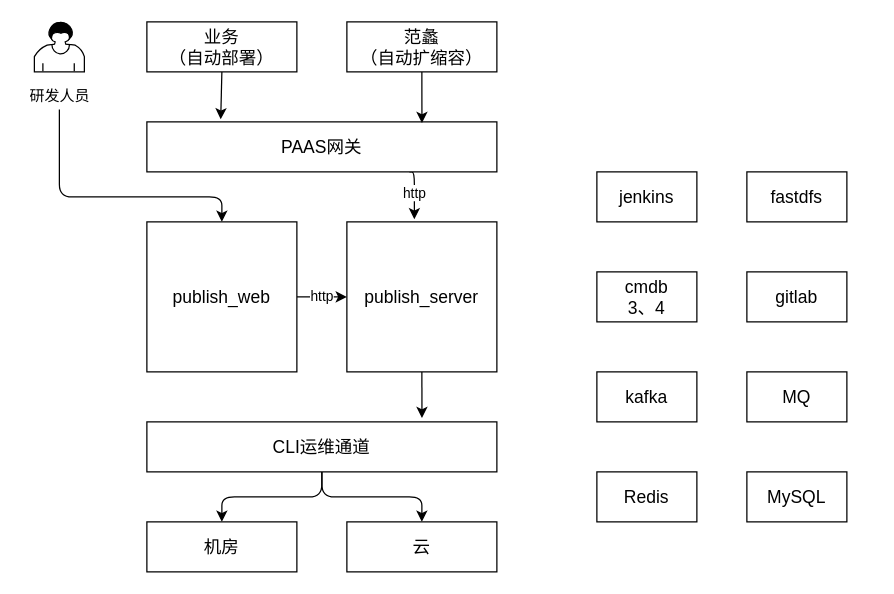
Earlier version of the draw.io diagram docs/Untitled Diagram.drawio (duSophia/config_center). Source tidied: cells renumbered, new cells numbered last; positions are measured from the earlier drawing's top-left corner, leaving out a move shared by most shapes. Both pictures are drawn from the tidied source at 125%, with x=0, y=0 at pixel (21, 21).
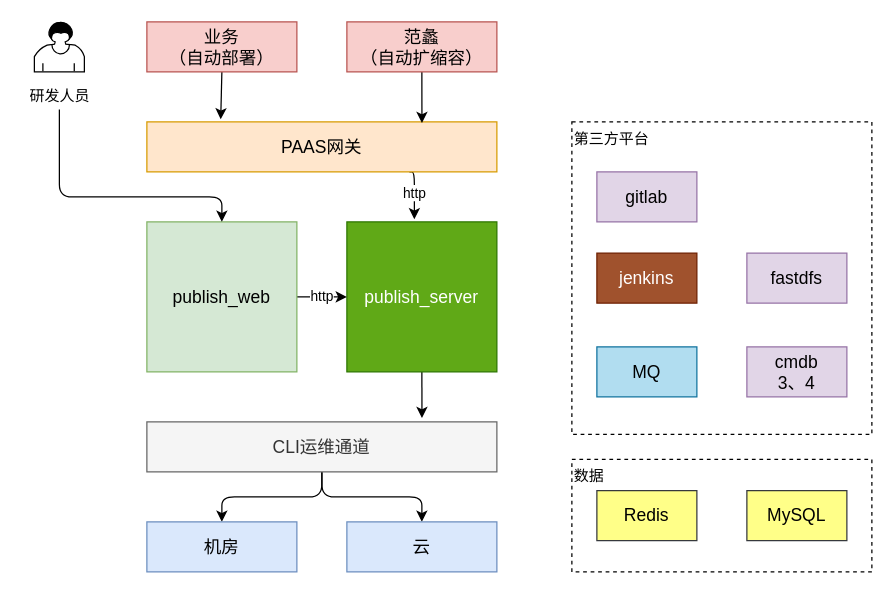
The same page after the edit.

Commit message:
publish-increment

What changed in the source:
```diff
@@
+    <mxCell id="28" value="第三方平台" style="rounded=0;whiteSpace=wrap;html=1;sketch=0;dashed=1;align=left;horizontal=1;verticalAlign=top;" parent="1" vertex="1">
+      <mxGeometry x="440" y="80" width="240" height="250" as="geometry" />
+    </mxCell>
+    <mxCell id="29" value="数据" style="rounded=0;whiteSpace=wrap;html=1;sketch=0;dashed=1;align=left;horizontal=1;verticalAlign=top;" parent="1" vertex="1">
+      <mxGeometry x="440" y="350" width="240" height="90" as="geometry" />
+    </mxCell>
@@
-    <mxCell id="3" value="PAAS网关" style="rounded=0;whiteSpace=wrap;html=1;fontSize=14;" parent="1" vertex="1">
+    <mxCell id="3" value="PAAS网关" style="rounded=0;whiteSpace=wrap;html=1;fontSize=14;fillColor=#ffe6cc;strokeColor=#d79b00;" parent="1" vertex="1">
       <mxGeometry x="100" y="80" width="280" height="40" as="geometry" />
     </mxCell>
@@
-    <mxCell id="5" value="publish_server" style="rounded=0;whiteSpace=wrap;html=1;sketch=0;fontSize=14;" parent="1" vertex="1">
+    <mxCell id="5" value="publish_server" style="rounded=0;whiteSpace=wrap;html=1;sketch=0;fontSize=14;fillColor=#60a917;strokeColor=#2D7600;fontColor=#ffffff;" parent="1" vertex="1">
       <mxGeometry x="260" y="160" width="120" height="120" as="geometry" />
     </mxCell>
@@
-    <mxCell id="7" value="业务&lt;br&gt;（自动部署）" style="rounded=0;whiteSpace=wrap;html=1;sketch=0;fontSize=14;" parent="1" vertex="1">
+    <mxCell id="7" value="业务&lt;br&gt;（自动部署）" style="rounded=0;whiteSpace=wrap;html=1;sketch=0;fontSize=14;fillColor=#f8cecc;strokeColor=#b85450;" parent="1" vertex="1">
       <mxGeometry x="100" width="120" height="40" as="geometry" />
     </mxCell>
@@
-    <mxCell id="9" value="范蠡&lt;br&gt;（自动扩缩容）" style="rounded=0;whiteSpace=wrap;html=1;sketch=0;fontSize=14;" parent="1" vertex="1">
+    <mxCell id="9" value="范蠡&lt;br&gt;（自动扩缩容）" style="rounded=0;whiteSpace=wrap;html=1;sketch=0;fontSize=14;fillColor=#f8cecc;strokeColor=#b85450;" parent="1" vertex="1">
       <mxGeometry x="260" width="120" height="40" as="geometry" />
     </mxCell>
@@
-    <mxCell id="12" value="CLI运维通道" style="rounded=0;whiteSpace=wrap;html=1;fontSize=14;" parent="1" vertex="1">
+    <mxCell id="12" value="CLI运维通道" style="rounded=0;whiteSpace=wrap;html=1;fontSize=14;fillColor=#f5f5f5;strokeColor=#666666;fontColor=#333333;" parent="1" vertex="1">
       <mxGeometry x="100" y="320" width="280" height="40" as="geometry" />
     </mxCell>
@@
-    <mxCell id="14" value="publish_web" style="rounded=0;whiteSpace=wrap;html=1;fontSize=14;horizontal=1;" parent="1" vertex="1">
+    <mxCell id="14" value="publish_web" style="rounded=0;whiteSpace=wrap;html=1;fontSize=14;horizontal=1;fillColor=#d5e8d4;strokeColor=#82b366;" parent="1" vertex="1">
       <mxGeometry x="100" y="160" width="120" height="120" as="geometry" />
     </mxCell>
@@
-    <mxCell id="18" value="机房" style="rounded=0;whiteSpace=wrap;html=1;fontSize=14;" parent="1" vertex="1">
+    <mxCell id="18" value="机房" style="rounded=0;whiteSpace=wrap;html=1;fontSize=14;fillColor=#dae8fc;strokeColor=#6c8ebf;" parent="1" vertex="1">
       <mxGeometry x="100" y="400" width="120" height="40" as="geometry" />
     </mxCell>
-    <mxCell id="19" value="云" style="rounded=0;whiteSpace=wrap;html=1;fontSize=14;" parent="1" vertex="1">
+    <mxCell id="19" value="云" style="rounded=0;whiteSpace=wrap;html=1;fontSize=14;fillColor=#dae8fc;strokeColor=#6c8ebf;" parent="1" vertex="1">
       <mxGeometry x="260" y="400" width="120" height="40" as="geometry" />
     </mxCell>
+    <mxCell id="22" value="fastdfs" style="rounded=0;whiteSpace=wrap;html=1;sketch=0;fontSize=14;fillColor=#e1d5e7;strokeColor=#9673a6;" parent="1" vertex="1">
+      <mxGeometry x="580" y="185" width="80" height="40" as="geometry" />
+    </mxCell>
+    <mxCell id="23" value="cmdb&lt;br&gt;3、4" style="rounded=0;whiteSpace=wrap;html=1;sketch=0;fontSize=14;fillColor=#e1d5e7;strokeColor=#9673a6;" parent="1" vertex="1">
+      <mxGeometry x="580" y="260" width="80" height="40" as="geometry" />
+    </mxCell>
+    <mxCell id="25" value="Redis" style="rounded=0;whiteSpace=wrap;html=1;sketch=0;fontSize=14;fillColor=#ffff88;strokeColor=#36393d;" parent="1" vertex="1">
+      <mxGeometry x="460" y="375" width="80" height="40" as="geometry" />
+    </mxCell>
+    <mxCell id="26" value="MySQL" style="rounded=0;whiteSpace=wrap;html=1;sketch=0;fontSize=14;fillColor=#ffff88;strokeColor=#36393d;" parent="1" vertex="1">
+      <mxGeometry x="580" y="375" width="80" height="40" as="geometry" />
+    </mxCell>
-    <mxCell id="20" value="gitlab" style="rounded=0;whiteSpace=wrap;html=1;sketch=0;fontSize=14;" parent="1" vertex="1">
-      <mxGeometry x="580" y="200" width="80" height="40" as="geometry" />
+    <mxCell id="20" value="gitlab" style="rounded=0;whiteSpace=wrap;html=1;sketch=0;fontSize=14;fillColor=#e1d5e7;strokeColor=#9673a6;shadow=0;" parent="1" vertex="1">
+      <mxGeometry x="460" y="120" width="80" height="40" as="geometry" />
     </mxCell>
-    <mxCell id="21" value="jenkins" style="rounded=0;whiteSpace=wrap;html=1;sketch=0;fontSize=14;" parent="1" vertex="1">
-      <mxGeometry x="460" y="120" width="80" height="40" as="geometry" />
+    <mxCell id="21" value="jenkins" style="rounded=0;whiteSpace=wrap;html=1;sketch=0;fontSize=14;fillColor=#a0522d;strokeColor=#6D1F00;fontColor=#ffffff;shadow=0;" parent="1" vertex="1">
+      <mxGeometry x="460" y="185" width="80" height="40" as="geometry" />
     </mxCell>
-    <mxCell id="22" value="fastdfs" style="rounded=0;whiteSpace=wrap;html=1;sketch=0;fontSize=14;" parent="1" vertex="1">
-      <mxGeometry x="580" y="120" width="80" height="40" as="geometry" />
-    </mxCell>
-    <mxCell id="23" value="cmdb&lt;br&gt;3、4" style="rounded=0;whiteSpace=wrap;html=1;sketch=0;fontSize=14;" parent="1" vertex="1">
-      <mxGeometry x="460" y="200" width="80" height="40" as="geometry" />
-    </mxCell>
-    <mxCell id="24" value="MQ" style="rounded=0;whiteSpace=wrap;html=1;sketch=0;fontSize=14;" parent="1" vertex="1">
-      <mxGeometry x="580" y="280" width="80" height="40" as="geometry" />
+    <mxCell id="24" value="MQ" style="rounded=0;whiteSpace=wrap;html=1;sketch=0;fontSize=14;fillColor=#b1ddf0;strokeColor=#10739e;shadow=0;" parent="1" vertex="1">
+      <mxGeometry x="460" y="260" width="80" height="40" as="geometry" />
     </mxCell>
-    <mxCell id="25" value="Redis" style="rounded=0;whiteSpace=wrap;html=1;sketch=0;fontSize=14;" parent="1" vertex="1">
-      <mxGeometry x="460" y="360" width="80" height="40" as="geometry" />
-    </mxCell>
-    <mxCell id="26" value="MySQL" style="rounded=0;whiteSpace=wrap;html=1;sketch=0;fontSize=14;" parent="1" vertex="1">
-      <mxGeometry x="580" y="360" width="80" height="40" as="geometry" />
-    </mxCell>
-    <mxCell id="27" value="kafka" style="rounded=0;whiteSpace=wrap;html=1;sketch=0;fontSize=14;" parent="1" vertex="1">
-      <mxGeometry x="460" y="280" width="80" height="40" as="geometry" />
-    </mxCell>
```
